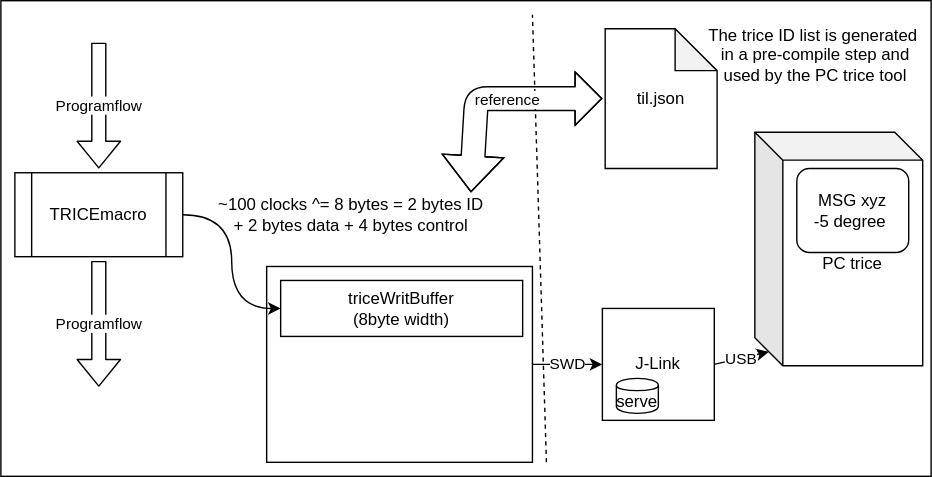
Earlier version of the draw.io export docs/README.media/triceBlockDiagramWithSeggerRTT.svg (rokath/trice). Source tidied: cells renumbered, new cells last; positions are measured from the earlier drawing's top-left corner, leaving out a move shared by most shapes.
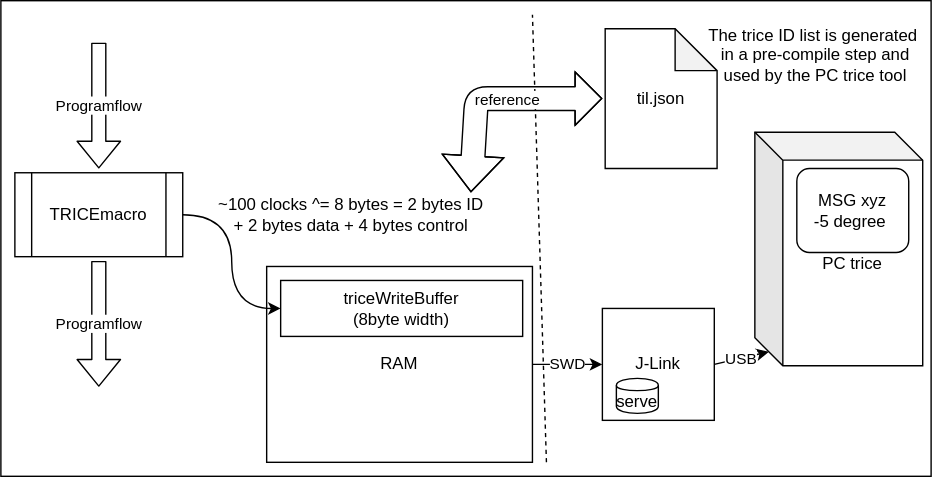
After the commit.

The edit, as a diff of the source:
```diff
@@ -13,13 +13,13 @@
         </Array>
       </mxGeometry>
     </mxCell>
-    <mxCell id="4" style="rounded=0;whiteSpace=wrap;html=1;" parent="1" vertex="1">
+    <mxCell id="4" value="RAM" style="rounded=0;whiteSpace=wrap;html=1;" parent="1" vertex="1">
       <mxGeometry x="190" y="190" width="190" height="140" as="geometry" />
     </mxCell>
     <mxCell id="5" value="J-Link" style="rounded=0;whiteSpace=wrap;html=1;" parent="1" vertex="1">
       <mxGeometry x="430" y="220" width="80" height="80" as="geometry" />
     </mxCell>
-    <mxCell id="6" value="&lt;span&gt;triceWritBuffer&lt;/span&gt;&lt;br&gt;&lt;span&gt;(8byte width)&lt;/span&gt;" style="rounded=0;whiteSpace=wrap;html=1;" parent="1" vertex="1">
+    <mxCell id="6" value="&lt;span&gt;triceWriteBuffer&lt;/span&gt;&lt;br&gt;&lt;span&gt;(8byte width)&lt;/span&gt;" style="rounded=0;whiteSpace=wrap;html=1;" parent="1" vertex="1">
       <mxGeometry x="200" y="200" width="173" height="40" as="geometry" />
     </mxCell>
     <mxCell id="7" value="TRICEmacro" style="shape=process;whiteSpace=wrap;html=1;backgroundOutline=1;" parent="1" vertex="1">
```
